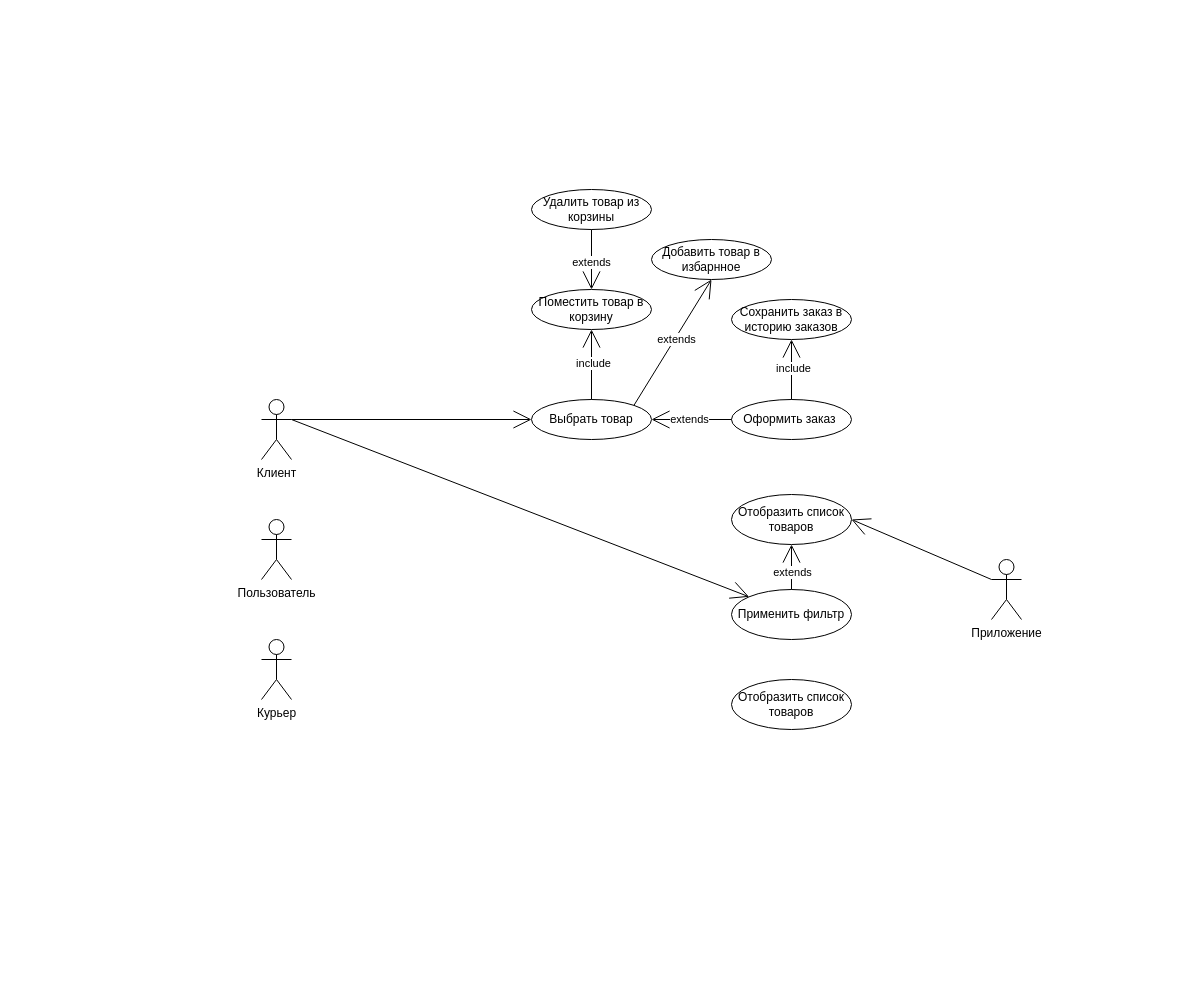
This is precedents_delivery_service.drawio from MstislavRomanovski/ProgramIngeneering, a draw.io file, before an edit. Source tidied: cells renumbered, new cells numbered last; positions are measured from the earlier drawing's top-left corner, leaving out a move shared by most shapes. Both pictures are drawn from the tidied source at 100%, with x=0, y=0 at pixel (261, 189).
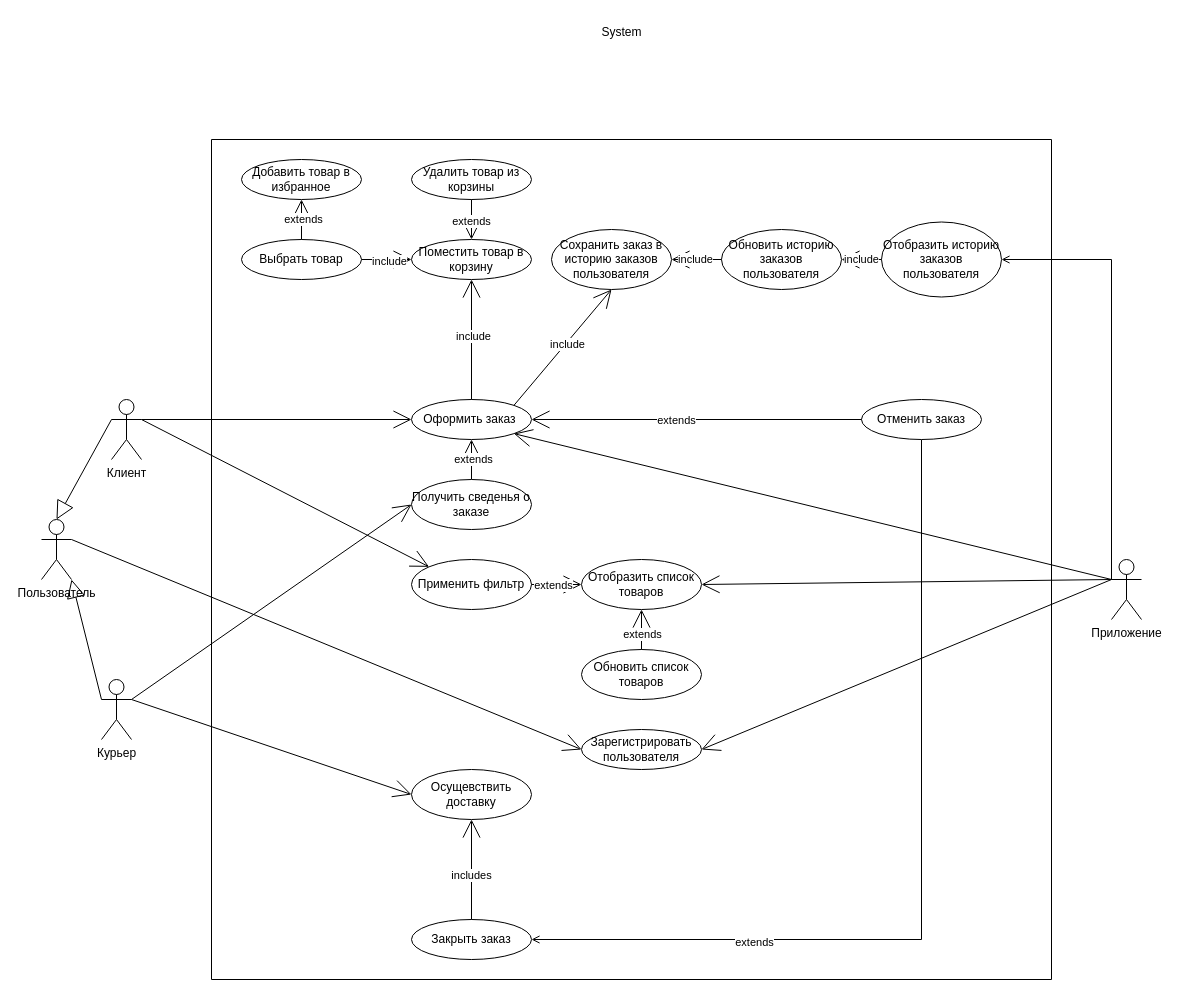
After the change.

The edit, as a diff of the source:
```diff
@@
     <mxCell id="2" value="Пользователь" style="shape=umlActor;verticalLabelPosition=bottom;verticalAlign=top;html=1;" parent="1" vertex="1">
-      <mxGeometry y="330" width="30" height="60" as="geometry" />
+      <mxGeometry x="-220" y="330" width="30" height="60" as="geometry" />
     </mxCell>
     <mxCell id="3" value="Клиент" style="shape=umlActor;verticalLabelPosition=bottom;verticalAlign=top;html=1;" parent="1" vertex="1">
-      <mxGeometry y="210" width="30" height="60" as="geometry" />
+      <mxGeometry x="-150" y="210" width="30" height="60" as="geometry" />
     </mxCell>
     <mxCell id="4" value="Курьер" style="shape=umlActor;verticalLabelPosition=bottom;verticalAlign=top;html=1;" parent="1" vertex="1">
-      <mxGeometry y="450" width="30" height="60" as="geometry" />
+      <mxGeometry x="-160" y="490" width="30" height="60" as="geometry" />
     </mxCell>
+    <mxCell id="30" style="edgeStyle=orthogonalEdgeStyle;rounded=0;jettySize=auto;html=1;exitX=0;exitY=0.3333333333333333;exitDx=0;exitDy=0;exitPerimeter=0;endArrow=open;endFill=0;entryX=1;entryY=0.5;entryDx=0;entryDy=0;" parent="1" edge="1" source="5" target="53">
+      <mxGeometry relative="1" as="geometry">
+        <Array as="points">
+          <mxPoint x="850" y="70" />
+        </Array>
+      </mxGeometry>
+    </mxCell>
     <mxCell id="5" value="Приложение" style="shape=umlActor;verticalLabelPosition=bottom;verticalAlign=top;html=1;" parent="1" vertex="1">
-      <mxGeometry x="730" y="370" width="30" height="60" as="geometry" />
+      <mxGeometry x="850" y="370" width="30" height="60" as="geometry" />
     </mxCell>
     <mxCell id="6" value="Поместить товар в корзину" style="ellipse;whiteSpace=wrap;html=1;" parent="1" vertex="1">
-      <mxGeometry x="270" y="100" width="120" height="40" as="geometry" />
+      <mxGeometry x="150" y="50" width="120" height="40" as="geometry" />
     </mxCell>
     <mxCell id="7" value="Выбрать товар" style="ellipse;whiteSpace=wrap;html=1;" parent="1" vertex="1">
-      <mxGeometry x="270" y="210" width="120" height="40" as="geometry" />
+      <mxGeometry x="-20" y="50" width="120" height="40" as="geometry" />
     </mxCell>
     <mxCell id="8" value="Оформить заказ&amp;nbsp;" style="ellipse;whiteSpace=wrap;html=1;" parent="1" vertex="1">
-      <mxGeometry x="470" y="210" width="120" height="40" as="geometry" />
+      <mxGeometry x="150" y="210" width="120" height="40" as="geometry" />
     </mxCell>
-    <mxCell id="9" style="endArrow=open;endSize=16;endFill=0;html=1;rounded=0;entryX=0;entryY=0.5;entryDx=0;entryDy=0;exitX=1;exitY=0.3333333333333333;exitDx=0;exitDy=0;exitPerimeter=0;" parent="1" edge="1" source="3" target="7">
+    <mxCell id="9" style="endArrow=open;endSize=16;endFill=0;html=1;rounded=0;exitX=1;exitY=0.3333333333333333;exitDx=0;exitDy=0;exitPerimeter=0;entryX=0;entryY=0.5;entryDx=0;entryDy=0;" parent="1" edge="1" source="3" target="8">
       <mxGeometry relative="1" as="geometry" />
     </mxCell>
-    <mxCell id="10" style="endArrow=open;endSize=16;endFill=0;html=1;rounded=0;entryX=0.5;entryY=1;entryDx=0;entryDy=0;exitX=0.5;exitY=0;exitDx=0;exitDy=0;" parent="1" edge="1" source="7" target="6">
+    <mxCell id="10" style="endArrow=open;endSize=16;endFill=0;html=1;rounded=0;exitX=1;exitY=0.5;exitDx=0;exitDy=0;entryX=0;entryY=0.5;entryDx=0;entryDy=0;" parent="1" edge="1" source="7" target="6">
       <mxGeometry relative="1" as="geometry" />
     </mxCell>
@@
-    <mxCell id="12" style="endArrow=open;endSize=16;endFill=0;html=1;rounded=0;entryX=1;entryY=0.5;entryDx=0;entryDy=0;exitX=0;exitY=0.5;exitDx=0;exitDy=0;" parent="1" edge="1" source="8" target="7">
+    <mxCell id="12" style="endArrow=open;endSize=16;endFill=0;html=1;rounded=0;entryX=0.5;entryY=1;entryDx=0;entryDy=0;exitX=0.5;exitY=0;exitDx=0;exitDy=0;" parent="1" edge="1" source="8" target="6">
       <mxGeometry relative="1" as="geometry" />
     </mxCell>
-    <mxCell id="13" value="extends" style="edgeLabel;html=1;align=center;verticalAlign=middle;" parent="12" vertex="1">
+    <mxCell id="13" value="include" style="edgeLabel;html=1;align=center;verticalAlign=middle;" parent="12" vertex="1">
       <mxGeometry x="0.07" y="-1" relative="1" as="geometry" />
     </mxCell>
     <mxCell id="14" value="Удалить товар из корзины" style="ellipse;whiteSpace=wrap;html=1;" parent="1" vertex="1">
-      <mxGeometry x="270" width="120" height="40" as="geometry" />
+      <mxGeometry x="150" y="-30" width="120" height="40" as="geometry" />
     </mxCell>
@@
     <mxCell id="17" value="Применить фильтр" style="ellipse;whiteSpace=wrap;html=1;" parent="1" vertex="1">
-      <mxGeometry x="470" y="400" width="120" height="50" as="geometry" />
+      <mxGeometry x="150" y="370" width="120" height="50" as="geometry" />
     </mxCell>
-    <mxCell id="18" value="Сохранить заказ в историю заказов" style="ellipse;whiteSpace=wrap;html=1;" parent="1" vertex="1">
-      <mxGeometry x="470" y="110" width="120" height="40" as="geometry" />
+    <mxCell id="18" value="Сохранить заказ в историю заказов&lt;br&gt;пользователя" style="ellipse;whiteSpace=wrap;html=1;" parent="1" vertex="1">
+      <mxGeometry x="290" y="40" width="120" height="60" as="geometry" />
     </mxCell>
-    <mxCell id="19" style="endArrow=open;endSize=16;endFill=0;html=1;rounded=0;entryX=0.5;entryY=1;entryDx=0;entryDy=0;" parent="1" edge="1" target="18">
-      <mxGeometry relative="1" as="geometry">
-        <mxPoint x="530" y="210" as="sourcePoint" />
-      </mxGeometry>
+    <mxCell id="19" style="endArrow=open;endSize=16;endFill=0;html=1;rounded=0;entryX=0.5;entryY=1;entryDx=0;entryDy=0;exitX=1;exitY=0;exitDx=0;exitDy=0;" parent="1" edge="1" source="8" target="18">
+      <mxGeometry relative="1" as="geometry" />
     </mxCell>
@@
-    <mxCell id="21" value="Добавить товар в избарнное" style="ellipse;whiteSpace=wrap;html=1;" parent="1" vertex="1">
-      <mxGeometry x="390" y="50" width="120" height="40" as="geometry" />
+    <mxCell id="21" value="Добавить товар в избранное" style="ellipse;whiteSpace=wrap;html=1;" parent="1" vertex="1">
+      <mxGeometry x="-20" y="-30" width="120" height="40" as="geometry" />
     </mxCell>
-    <mxCell id="22" style="endArrow=open;endSize=16;endFill=0;html=1;rounded=0;entryX=0.5;entryY=1;entryDx=0;entryDy=0;exitX=1;exitY=0;exitDx=0;exitDy=0;" parent="1" edge="1" source="7" target="21">
+    <mxCell id="22" style="endArrow=open;endSize=16;endFill=0;html=1;rounded=0;entryX=0.5;entryY=1;entryDx=0;entryDy=0;exitX=0.5;exitY=0;exitDx=0;exitDy=0;" parent="1" edge="1" source="7" target="21">
       <mxGeometry relative="1" as="geometry" />
     </mxCell>
@@
     <mxCell id="24" value="Отобразить список товаров" style="ellipse;whiteSpace=wrap;html=1;" parent="1" vertex="1">
-      <mxGeometry x="470" y="305" width="120" height="50" as="geometry" />
+      <mxGeometry x="320" y="370" width="120" height="50" as="geometry" />
     </mxCell>
-    <mxCell id="25" value="Отобразить список товаров" style="ellipse;whiteSpace=wrap;html=1;" parent="1" vertex="1">
-      <mxGeometry x="470" y="490" width="120" height="50" as="geometry" />
+    <mxCell id="25" value="Обновить список товаров" style="ellipse;whiteSpace=wrap;html=1;" parent="1" vertex="1">
+      <mxGeometry x="320" y="460" width="120" height="50" as="geometry" />
     </mxCell>
@@
-    <mxCell id="27" style="endArrow=open;endSize=16;endFill=0;html=1;rounded=0;entryX=0.5;entryY=1;entryDx=0;entryDy=0;exitX=0.5;exitY=0;exitDx=0;exitDy=0;" parent="1" edge="1" source="17" target="24">
+    <mxCell id="27" style="endArrow=open;endSize=16;endFill=0;html=1;rounded=0;entryX=0;entryY=0.5;entryDx=0;entryDy=0;exitX=1;exitY=0.5;exitDx=0;exitDy=0;" parent="1" edge="1" source="17" target="24">
       <mxGeometry relative="1" as="geometry" />
     </mxCell>
@@
+    <mxCell id="31" style="endArrow=open;endSize=16;endFill=0;html=1;rounded=0;entryX=0.5;entryY=1;entryDx=0;entryDy=0;exitX=0.5;exitY=0;exitDx=0;exitDy=0;" parent="1" edge="1" source="33" target="8">
+      <mxGeometry relative="1" as="geometry" />
+    </mxCell>
+    <mxCell id="32" value="extends" style="edgeLabel;html=1;align=center;verticalAlign=middle;" parent="31" vertex="1">
+      <mxGeometry x="0.07" y="-1" relative="1" as="geometry" />
+    </mxCell>
+    <mxCell id="33" value="Получить сведенья о заказе" style="ellipse;whiteSpace=wrap;html=1;" parent="1" vertex="1">
+      <mxGeometry x="150" y="290" width="120" height="50" as="geometry" />
+    </mxCell>
+    <mxCell id="34" style="endArrow=open;endSize=16;endFill=0;html=1;rounded=0;exitX=0;exitY=0.3333333333333333;exitDx=0;exitDy=0;exitPerimeter=0;entryX=1;entryY=1;entryDx=0;entryDy=0;" parent="1" edge="1" source="5" target="8">
+      <mxGeometry relative="1" as="geometry" />
+    </mxCell>
+    <mxCell id="35" style="endArrow=open;endSize=16;endFill=0;html=1;rounded=0;entryX=0.5;entryY=1;entryDx=0;entryDy=0;exitX=0.5;exitY=0;exitDx=0;exitDy=0;" parent="1" edge="1" source="25" target="24">
+      <mxGeometry relative="1" as="geometry" />
+    </mxCell>
+    <mxCell id="36" value="extends" style="edgeLabel;html=1;align=center;verticalAlign=middle;" parent="35" vertex="1">
+      <mxGeometry x="-0.18" relative="1" as="geometry" />
+    </mxCell>
+    <mxCell id="37" value="Зарегистрировать пользователя" style="ellipse;whiteSpace=wrap;html=1;" parent="1" vertex="1">
+      <mxGeometry x="320" y="540" width="120" height="40" as="geometry" />
+    </mxCell>
+    <mxCell id="38" style="endArrow=open;endSize=16;endFill=0;html=1;rounded=0;entryX=0;entryY=0.5;entryDx=0;entryDy=0;exitX=1;exitY=0.3333333333333333;exitDx=0;exitDy=0;exitPerimeter=0;" parent="1" edge="1" source="2" target="37">
+      <mxGeometry relative="1" as="geometry" />
+    </mxCell>
+    <mxCell id="39" style="endArrow=open;endSize=16;endFill=0;html=1;rounded=0;entryX=1;entryY=0.5;entryDx=0;entryDy=0;exitX=0;exitY=0.3333333333333333;exitDx=0;exitDy=0;exitPerimeter=0;" parent="1" edge="1" source="5" target="37">
+      <mxGeometry relative="1" as="geometry" />
+    </mxCell>
+    <mxCell id="40" style="endArrow=block;endSize=16;endFill=0;html=1;rounded=0;entryX=0.5;entryY=0;entryDx=0;entryDy=0;exitX=0;exitY=0.3333333333333333;exitDx=0;exitDy=0;exitPerimeter=0;entryPerimeter=0;" parent="1" edge="1" source="3" target="2">
+      <mxGeometry relative="1" as="geometry" />
+    </mxCell>
+    <mxCell id="41" style="endArrow=block;endSize=16;endFill=0;html=1;rounded=0;entryX=1;entryY=1;entryDx=0;entryDy=0;exitX=0;exitY=0.3333333333333333;exitDx=0;exitDy=0;exitPerimeter=0;entryPerimeter=0;" parent="1" edge="1" source="4" target="2">
+      <mxGeometry relative="1" as="geometry" />
+    </mxCell>
+    <mxCell id="42" style="endArrow=open;endSize=16;endFill=0;html=1;rounded=0;exitX=1;exitY=0.3333333333333333;exitDx=0;exitDy=0;exitPerimeter=0;entryX=0;entryY=0.5;entryDx=0;entryDy=0;" parent="1" edge="1" source="4" target="33">
+      <mxGeometry relative="1" as="geometry" />
+    </mxCell>
+    <mxCell id="43" value="Осущевствить доставку" style="ellipse;whiteSpace=wrap;html=1;" parent="1" vertex="1">
+      <mxGeometry x="150" y="580" width="120" height="50" as="geometry" />
+    </mxCell>
+    <mxCell id="44" value="Закрыть заказ" style="ellipse;whiteSpace=wrap;html=1;" parent="1" vertex="1">
+      <mxGeometry x="150" y="730" width="120" height="40" as="geometry" />
+    </mxCell>
+    <mxCell id="45" style="endArrow=open;endSize=16;endFill=0;html=1;rounded=0;entryX=0;entryY=0.5;entryDx=0;entryDy=0;exitX=1;exitY=0.3333333333333333;exitDx=0;exitDy=0;exitPerimeter=0;" parent="1" edge="1" source="4" target="43">
+      <mxGeometry relative="1" as="geometry" />
+    </mxCell>
+    <mxCell id="46" style="edgeStyle=orthogonalEdgeStyle;rounded=0;jettySize=auto;html=1;exitX=0.5;exitY=1;exitDx=0;exitDy=0;entryX=1;entryY=0.5;entryDx=0;entryDy=0;endArrow=open;endFill=0;" parent="1" edge="1" source="48" target="44">
+      <mxGeometry relative="1" as="geometry" />
+    </mxCell>
+    <mxCell id="47" value="extends" style="edgeLabel;html=1;align=center;verticalAlign=middle;" parent="46" vertex="1">
+      <mxGeometry x="0.5" y="2" relative="1" as="geometry" />
+    </mxCell>
+    <mxCell id="48" value="Отменить заказ" style="ellipse;whiteSpace=wrap;html=1;" parent="1" vertex="1">
+      <mxGeometry x="600" y="210" width="120" height="40" as="geometry" />
+    </mxCell>
+    <mxCell id="49" style="endArrow=open;endSize=16;endFill=0;html=1;rounded=0;exitX=0;exitY=0.5;exitDx=0;exitDy=0;entryX=1;entryY=0.5;entryDx=0;entryDy=0;" parent="1" edge="1" source="48" target="8">
+      <mxGeometry relative="1" as="geometry" />
+    </mxCell>
+    <mxCell id="50" value="extends" style="edgeLabel;html=1;align=center;verticalAlign=middle;" parent="49" vertex="1">
+      <mxGeometry x="0.33" y="2" relative="1" as="geometry">
+        <mxPoint x="33" y="-2" as="offset" />
+      </mxGeometry>
+    </mxCell>
+    <mxCell id="51" style="endArrow=open;endSize=16;endFill=0;html=1;rounded=0;entryX=0.5;entryY=1;entryDx=0;entryDy=0;exitX=0.5;exitY=0;exitDx=0;exitDy=0;" parent="1" edge="1" source="44" target="43">
+      <mxGeometry relative="1" as="geometry" />
+    </mxCell>
+    <mxCell id="52" value="includes" style="edgeLabel;html=1;align=center;verticalAlign=middle;" parent="51" vertex="1">
+      <mxGeometry x="-0.1" y="1" relative="1" as="geometry" />
+    </mxCell>
+    <mxCell id="53" value="Отобразить историю заказов пользователя" style="ellipse;whiteSpace=wrap;html=1;" parent="1" vertex="1">
+      <mxGeometry x="620" y="32.5" width="120" height="75" as="geometry" />
+    </mxCell>
+    <mxCell id="54" value="Обновить историю заказов пользователя" style="ellipse;whiteSpace=wrap;html=1;" parent="1" vertex="1">
+      <mxGeometry x="460" y="40" width="120" height="60" as="geometry" />
+    </mxCell>
+    <mxCell id="55" style="endArrow=open;endSize=16;endFill=0;html=1;rounded=0;entryX=1;entryY=0.5;entryDx=0;entryDy=0;exitX=0;exitY=0.5;exitDx=0;exitDy=0;" parent="1" edge="1" source="54" target="18">
+      <mxGeometry relative="1" as="geometry" />
+    </mxCell>
+    <mxCell id="56" value="include" style="edgeLabel;html=1;align=center;verticalAlign=middle;" parent="55" vertex="1">
+      <mxGeometry x="0.07" y="-1" relative="1" as="geometry" />
+    </mxCell>
+    <mxCell id="57" style="endArrow=open;endSize=16;endFill=0;html=1;rounded=0;entryX=1;entryY=0.5;entryDx=0;entryDy=0;exitX=0;exitY=0.5;exitDx=0;exitDy=0;" parent="1" edge="1" source="53" target="54">
+      <mxGeometry relative="1" as="geometry" />
+    </mxCell>
+    <mxCell id="58" value="include" style="edgeLabel;html=1;align=center;verticalAlign=middle;" parent="57" vertex="1">
+      <mxGeometry x="0.07" y="-1" relative="1" as="geometry" />
+    </mxCell>
+    <mxCell id="59" style="swimlane;startSize=0;" parent="1" vertex="1">
+      <mxGeometry x="-50" y="-50" width="840" height="840" as="geometry" />
+    </mxCell>
+    <mxCell id="60" value="System" style="text;html=1;align=center;verticalAlign=middle;strokeColor=none;fillColor=none;" parent="1" vertex="1">
+      <mxGeometry x="330" y="-172" width="60" height="30" as="geometry" />
+    </mxCell>
```
